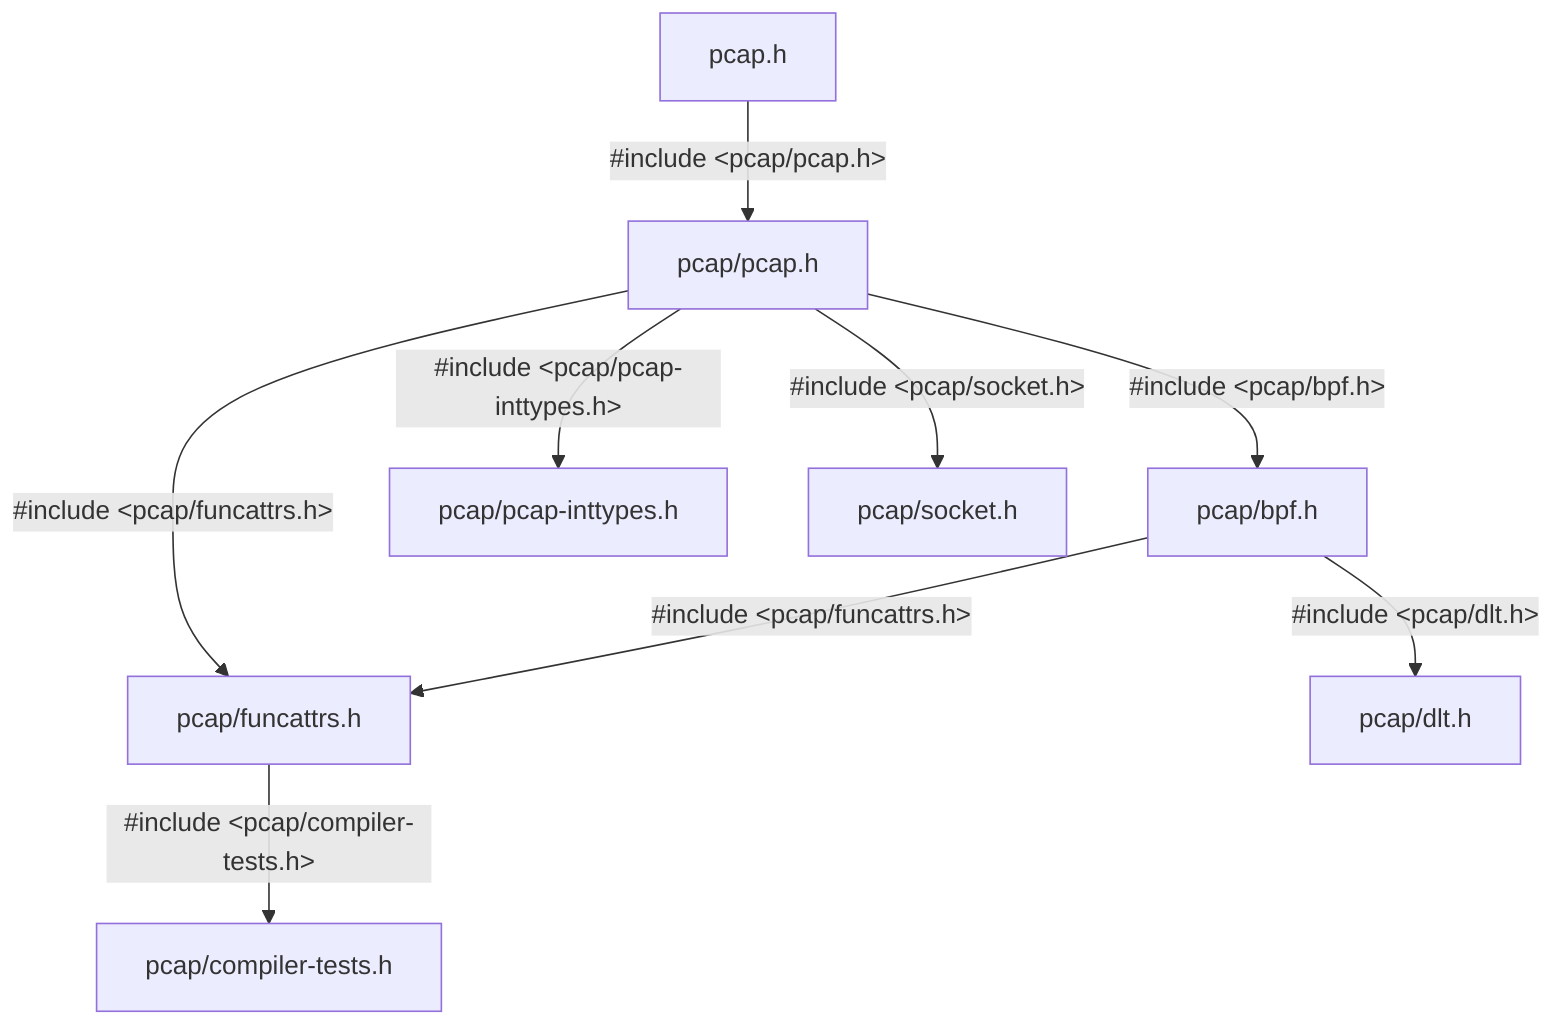
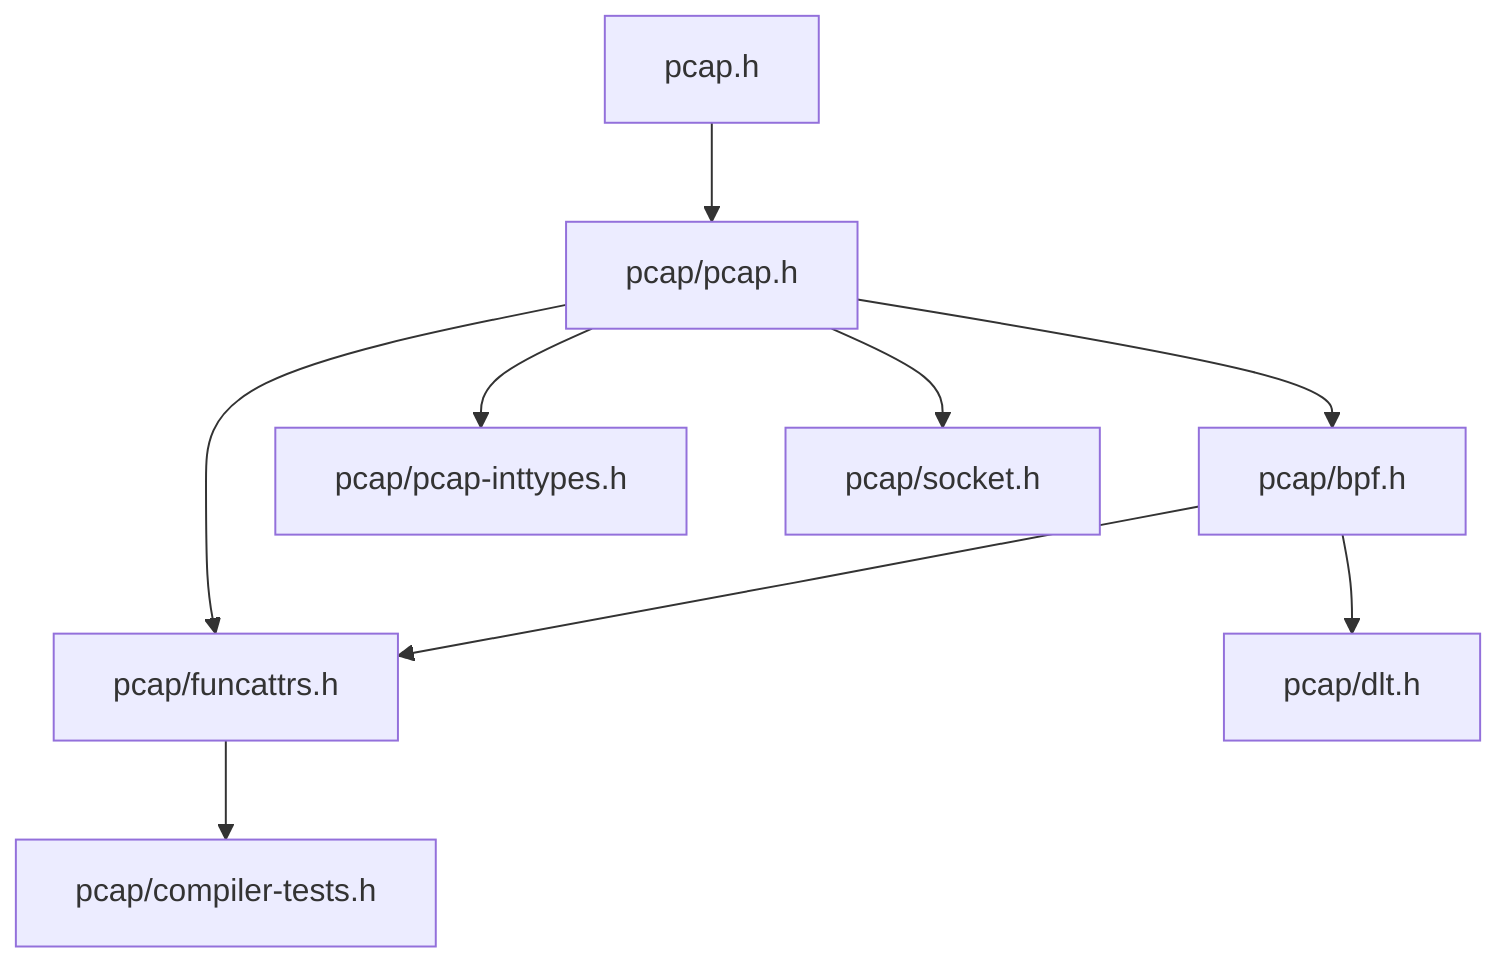
graph TD;
  v0["pcap.h"]
  v76["pcap/bpf.h"]
  v4["pcap/compiler-tests.h"]
  v77["pcap/dlt.h"]
  v3["pcap/funcattrs.h"]
  v5["pcap/pcap-inttypes.h"]
  v2["pcap/pcap.h"]
  v52["pcap/socket.h"]
-   v0-->|"#include &lt;pcap/pcap.h&gt;"|v2
-   v2-->|"#include &lt;pcap/funcattrs.h&gt;"|v3
-   v76-->|"#include &lt;pcap/funcattrs.h&gt;"|v3
-   v3-->|"#include &lt;pcap/compiler-tests.h&gt;"|v4
-   v2-->|"#include &lt;pcap/pcap-inttypes.h&gt;"|v5
-   v2-->|"#include &lt;pcap/socket.h&gt;"|v52
-   v2-->|"#include &lt;pcap/bpf.h&gt;"|v76
-   v76-->|"#include &lt;pcap/dlt.h&gt;"|v77
+   v0-->v2
+   v2-->v3
+   v76-->v3
+   v3-->v4
+   v2-->v5
+   v2-->v52
+   v2-->v76
+   v76-->v77
